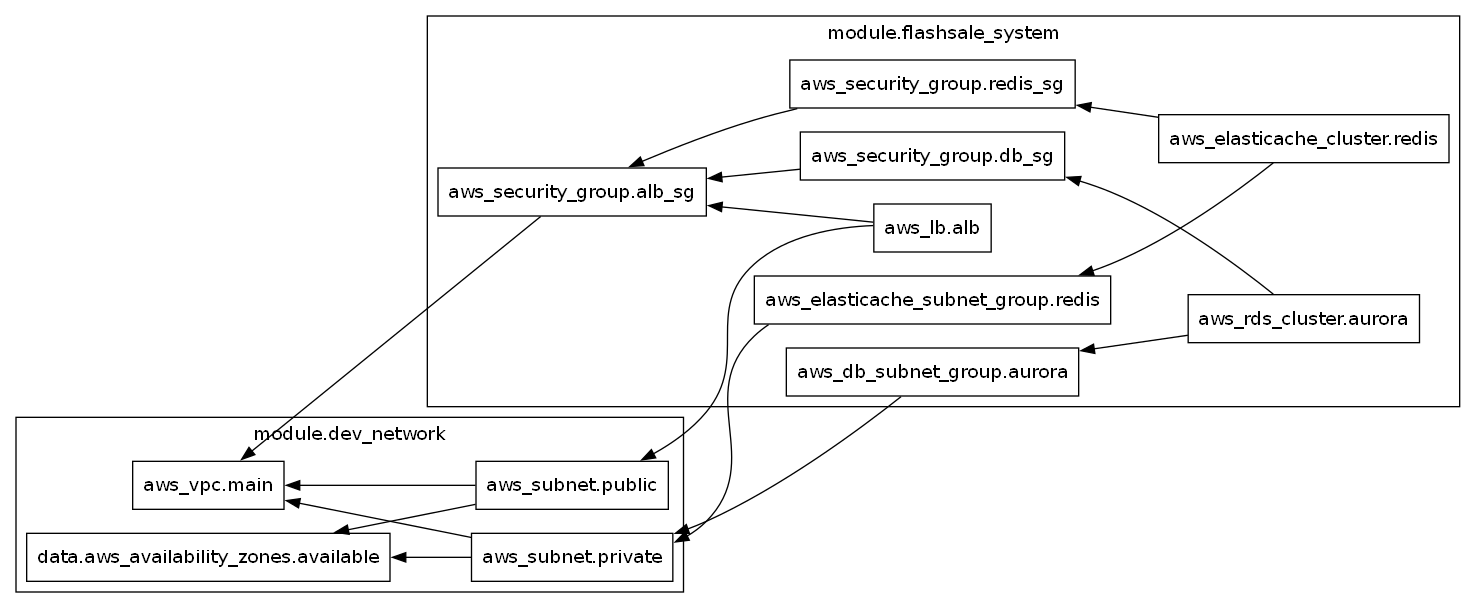
joinnetwork2024/aws-landing-zone keeps this Graphviz diagram as environments/dev/flashsale/graph.png. Above is the earlier version. Its source is kept beside it as environments/dev/flashsale/graph.dot. Its diagram source:
```dot
digraph G {
  rankdir = "RL";
  node [shape = rect, fontname = "sans-serif"];
  subgraph "cluster_module.dev_network" {
    label = "module.dev_network"
    fontname = "sans-serif"
    "module.dev_network.data.aws_availability_zones.available" [label="data.aws_availability_zones.available"];
    "module.dev_network.aws_subnet.private" [label="aws_subnet.private"];
    "module.dev_network.aws_subnet.public" [label="aws_subnet.public"];
    "module.dev_network.aws_vpc.main" [label="aws_vpc.main"];
  }
  subgraph "cluster_module.flashsale_system" {
    label = "module.flashsale_system"
    fontname = "sans-serif"
    "module.flashsale_system.aws_db_subnet_group.aurora" [label="aws_db_subnet_group.aurora"];
    "module.flashsale_system.aws_elasticache_cluster.redis" [label="aws_elasticache_cluster.redis"];
    "module.flashsale_system.aws_elasticache_subnet_group.redis" [label="aws_elasticache_subnet_group.redis"];
    "module.flashsale_system.aws_lb.alb" [label="aws_lb.alb"];
    "module.flashsale_system.aws_rds_cluster.aurora" [label="aws_rds_cluster.aurora"];
    "module.flashsale_system.aws_security_group.alb_sg" [label="aws_security_group.alb_sg"];
    "module.flashsale_system.aws_security_group.db_sg" [label="aws_security_group.db_sg"];
    "module.flashsale_system.aws_security_group.redis_sg" [label="aws_security_group.redis_sg"];
  }
  "module.dev_network.aws_subnet.private" -> "module.dev_network.data.aws_availability_zones.available";
  "module.dev_network.aws_subnet.private" -> "module.dev_network.aws_vpc.main";
  "module.dev_network.aws_subnet.public" -> "module.dev_network.data.aws_availability_zones.available";
  "module.dev_network.aws_subnet.public" -> "module.dev_network.aws_vpc.main";
  "module.flashsale_system.aws_db_subnet_group.aurora" -> "module.dev_network.aws_subnet.private";
  "module.flashsale_system.aws_elasticache_cluster.redis" -> "module.flashsale_system.aws_elasticache_subnet_group.redis";
  "module.flashsale_system.aws_elasticache_cluster.redis" -> "module.flashsale_system.aws_security_group.redis_sg";
  "module.flashsale_system.aws_elasticache_subnet_group.redis" -> "module.dev_network.aws_subnet.private";
  "module.flashsale_system.aws_lb.alb" -> "module.dev_network.aws_subnet.public";
  "module.flashsale_system.aws_lb.alb" -> "module.flashsale_system.aws_security_group.alb_sg";
  "module.flashsale_system.aws_rds_cluster.aurora" -> "module.flashsale_system.aws_db_subnet_group.aurora";
  "module.flashsale_system.aws_rds_cluster.aurora" -> "module.flashsale_system.aws_security_group.db_sg";
  "module.flashsale_system.aws_security_group.alb_sg" -> "module.dev_network.aws_vpc.main";
  "module.flashsale_system.aws_security_group.db_sg" -> "module.flashsale_system.aws_security_group.alb_sg";
  "module.flashsale_system.aws_security_group.redis_sg" -> "module.flashsale_system.aws_security_group.alb_sg";
}
```
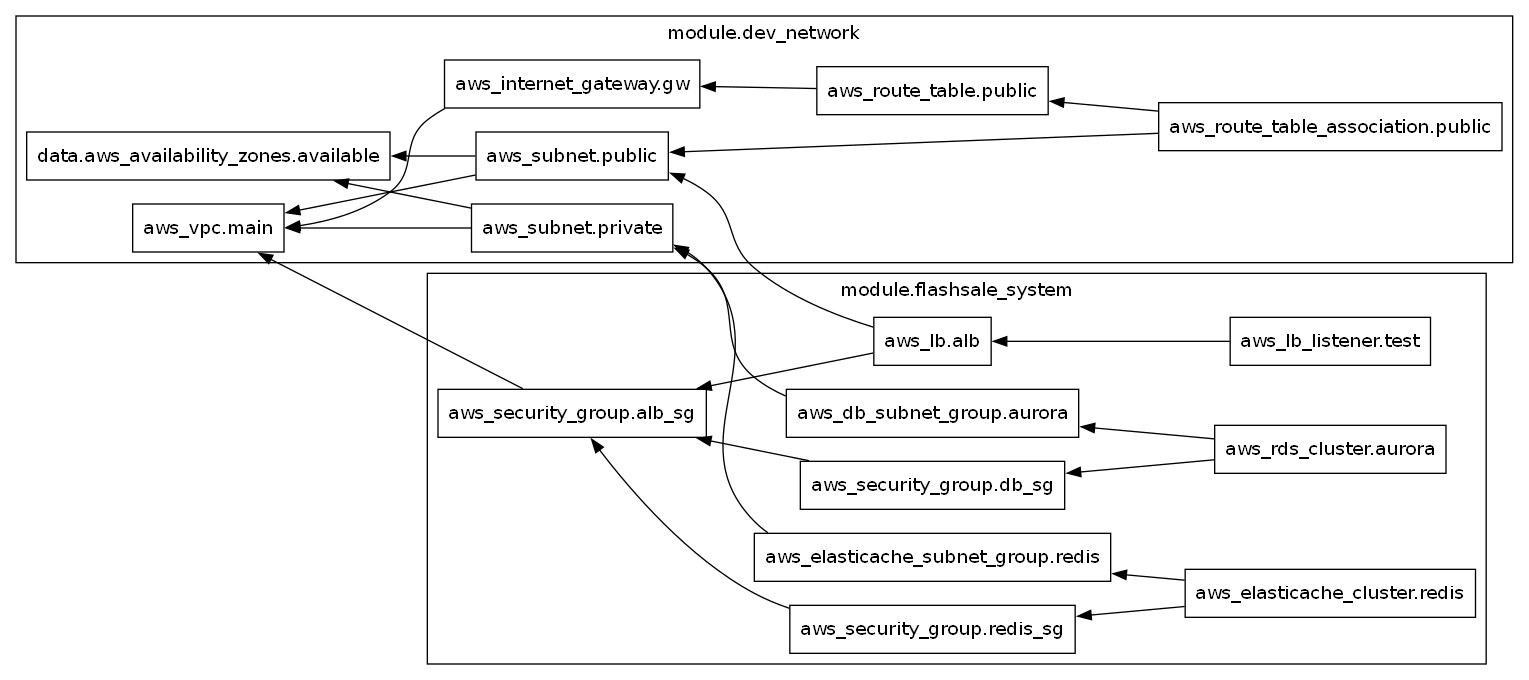
After the change.

Change to the diagram source:
```diff
@@ -5,6 +5,9 @@
     label = "module.dev_network"
     fontname = "sans-serif"
     "module.dev_network.data.aws_availability_zones.available" [label="data.aws_availability_zones.available"];
+    "module.dev_network.aws_internet_gateway.gw" [label="aws_internet_gateway.gw"];
+    "module.dev_network.aws_route_table.public" [label="aws_route_table.public"];
+    "module.dev_network.aws_route_table_association.public" [label="aws_route_table_association.public"];
     "module.dev_network.aws_subnet.private" [label="aws_subnet.private"];
     "module.dev_network.aws_subnet.public" [label="aws_subnet.public"];
     "module.dev_network.aws_vpc.main" [label="aws_vpc.main"];
@@ -16,11 +19,16 @@
     "module.flashsale_system.aws_elasticache_cluster.redis" [label="aws_elasticache_cluster.redis"];
     "module.flashsale_system.aws_elasticache_subnet_group.redis" [label="aws_elasticache_subnet_group.redis"];
     "module.flashsale_system.aws_lb.alb" [label="aws_lb.alb"];
+    "module.flashsale_system.aws_lb_listener.test" [label="aws_lb_listener.test"];
     "module.flashsale_system.aws_rds_cluster.aurora" [label="aws_rds_cluster.aurora"];
     "module.flashsale_system.aws_security_group.alb_sg" [label="aws_security_group.alb_sg"];
     "module.flashsale_system.aws_security_group.db_sg" [label="aws_security_group.db_sg"];
     "module.flashsale_system.aws_security_group.redis_sg" [label="aws_security_group.redis_sg"];
   }
+  "module.dev_network.aws_internet_gateway.gw" -> "module.dev_network.aws_vpc.main";
+  "module.dev_network.aws_route_table.public" -> "module.dev_network.aws_internet_gateway.gw";
+  "module.dev_network.aws_route_table_association.public" -> "module.dev_network.aws_route_table.public";
+  "module.dev_network.aws_route_table_association.public" -> "module.dev_network.aws_subnet.public";
   "module.dev_network.aws_subnet.private" -> "module.dev_network.data.aws_availability_zones.available";
   "module.dev_network.aws_subnet.private" -> "module.dev_network.aws_vpc.main";
   "module.dev_network.aws_subnet.public" -> "module.dev_network.data.aws_availability_zones.available";
@@ -31,6 +39,7 @@
   "module.flashsale_system.aws_elasticache_subnet_group.redis" -> "module.dev_network.aws_subnet.private";
   "module.flashsale_system.aws_lb.alb" -> "module.dev_network.aws_subnet.public";
   "module.flashsale_system.aws_lb.alb" -> "module.flashsale_system.aws_security_group.alb_sg";
+  "module.flashsale_system.aws_lb_listener.test" -> "module.flashsale_system.aws_lb.alb";
   "module.flashsale_system.aws_rds_cluster.aurora" -> "module.flashsale_system.aws_db_subnet_group.aurora";
   "module.flashsale_system.aws_rds_cluster.aurora" -> "module.flashsale_system.aws_security_group.db_sg";
   "module.flashsale_system.aws_security_group.alb_sg" -> "module.dev_network.aws_vpc.main";
```
